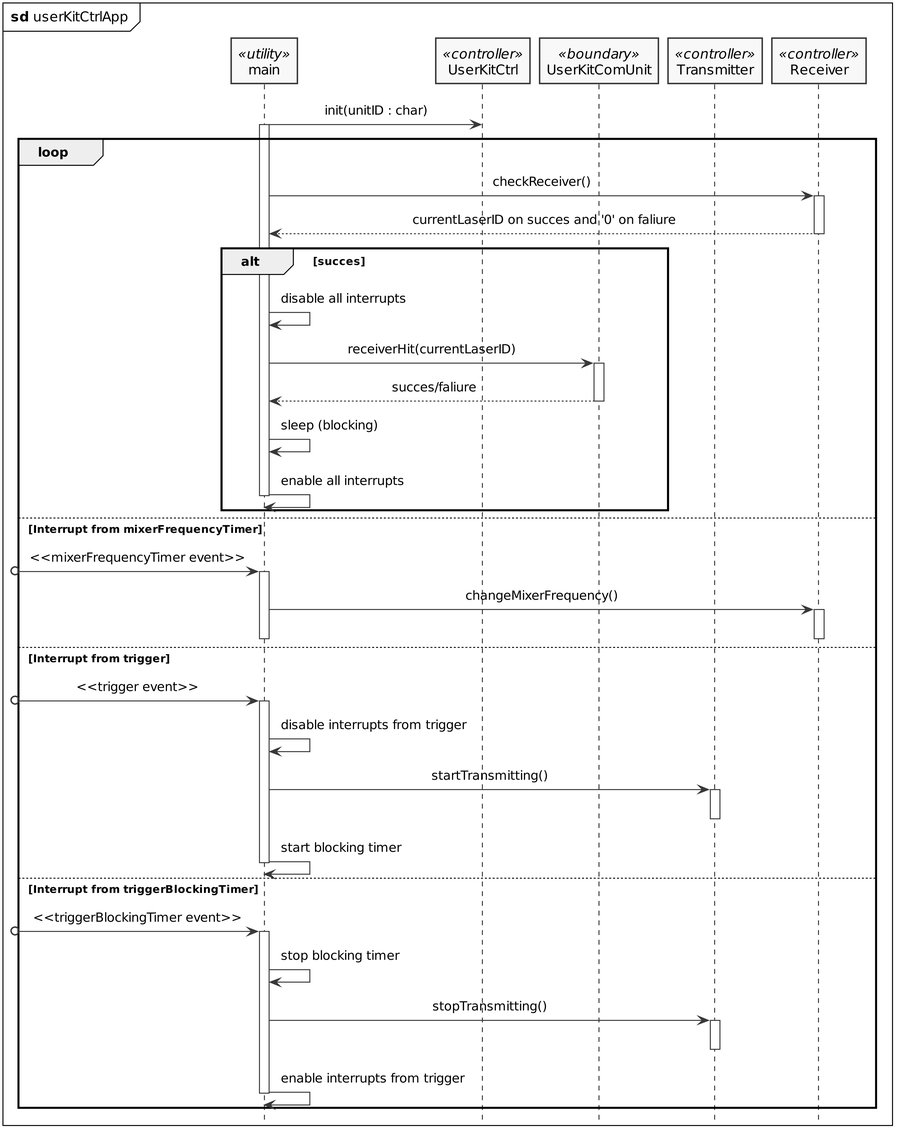
This is PlantUML/out/userKitCtrlApp_sd.png from LasseKrarup/Laser-Tag-Project, a PlantUML export, as it was before one commit. Its diagram source:
```plantuml
@startuml userKitCtrlApp_sd

hide footbox

skinparam {
    monochrome true
    dpi 300
    padding 5
    sequenceMessageAlign center
    packageStyle frame
    shadowing false
}

mainframe **sd** userKitCtrlApp

participant main <<utility>>
participant UserKitCtrl <<controller>>
participant UserKitComUnit <<boundary>>
participant Transmitter <<controller>>
participant Receiver <<controller>>

main -> UserKitCtrl: init(unitID : char)

loop
    activate main
    main -> Receiver++: checkReceiver()
    return currentLaserID on succes and '0' on faliure

    alt succes
        main -> main: disable all interrupts
        main -> UserKitComUnit++: receiverHit(currentLaserID)
        return succes/faliure
        main -> main: sleep (blocking)
        main -> main: enable all interrupts
        deactivate main
    end

    else Interrupt from mixerFrequencyTimer
    [o-> main: <<mixerFrequencyTimer event>>
    activate main
    main -> Receiver++: changeMixerFrequency()
    deactivate main
    deactivate Receiver

    else Interrupt from trigger
    [o-> main: <<trigger event>>
    activate main
    main -> main: disable interrupts from trigger
    main -> Transmitter++: startTransmitting()
    deactivate Transmitter
    main -> main: start blocking timer
    deactivate main

    else Interrupt from triggerBlockingTimer
    [o-> main: <<triggerBlockingTimer event>>
    activate main

    main -> main: stop blocking timer
    main -> Transmitter++: stopTransmitting()
    deactivate Transmitter
    main -> main: enable interrupts from trigger
    deactivate main

end


@enduml
```
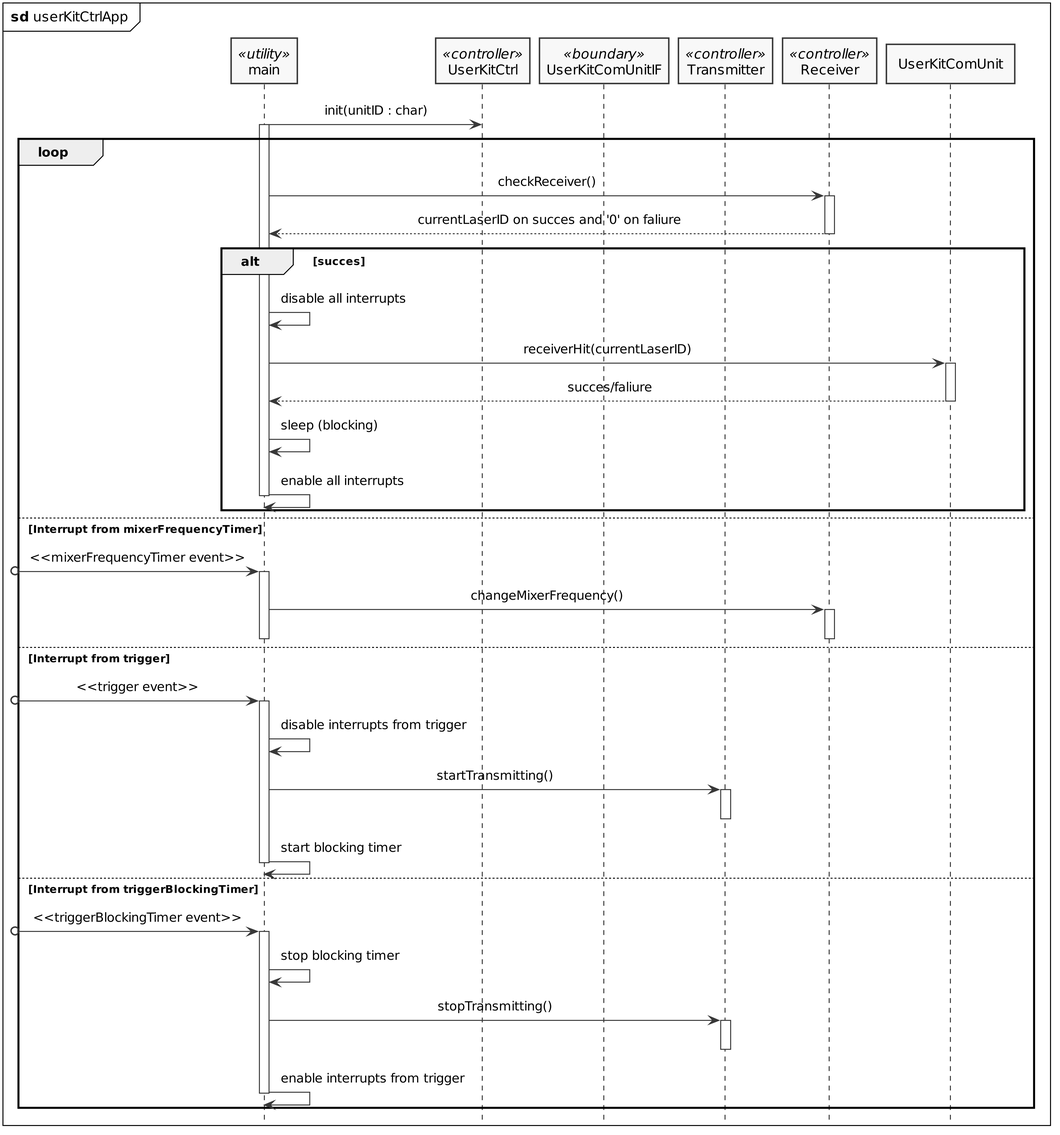
The same diagram one commit later.

What changed in the source:
```diff
@@ -15,7 +15,7 @@
 
 participant main <<utility>>
 participant UserKitCtrl <<controller>>
-participant UserKitComUnit <<boundary>>
+participant UserKitComUnitIF <<boundary>>
 participant Transmitter <<controller>>
 participant Receiver <<controller>>
 
```
